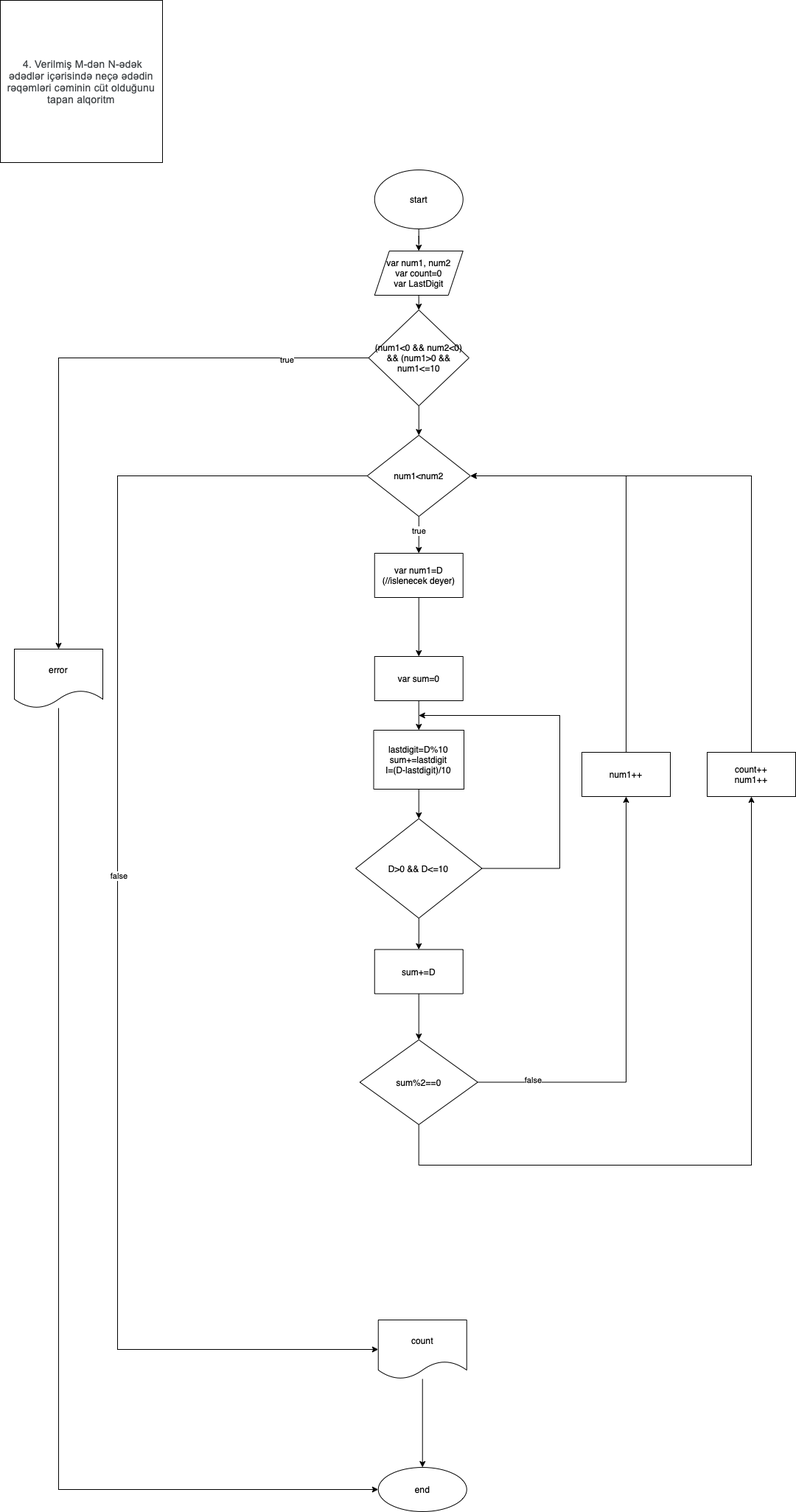
The draw.io diagram loop 4.png in Lmntria/08.08.2022, before a commit. Source tidied: cells renumbered, new cells last; positions are measured from the earlier drawing's top-left corner, leaving out a move shared by most shapes. Its diagram source:
```xml
<mxGraphModel>
  <root>
    <mxCell id="0" />
    <mxCell id="1" parent="0" />
    <mxCell id="2" value="&lt;span style=&quot;text-align: start; caret-color: rgb(60, 64, 67); color: rgb(60, 64, 67); font-family: Roboto, Arial, sans-serif; font-size: 14px; letter-spacing: 0.19999994337558746px;&quot;&gt;&amp;nbsp;4. Verilmiş M-dən N-ədək ədədlər içərisində neçə ədədin rəqəmləri cəminin cüt olduğunu tapan alqoritm&lt;/span&gt;" style="whiteSpace=wrap;html=1;" parent="1" vertex="1">
      <mxGeometry width="220" height="220" as="geometry" />
    </mxCell>
    <mxCell id="3" style="edgeStyle=orthogonalEdgeStyle;rounded=0;jettySize=auto;html=1;" parent="1" edge="1" source="4" target="6">
      <mxGeometry relative="1" as="geometry" />
    </mxCell>
    <mxCell id="4" value="start" style="ellipse;whiteSpace=wrap;html=1;" parent="1" vertex="1">
      <mxGeometry x="507.7" y="230" width="120" height="80" as="geometry" />
    </mxCell>
    <mxCell id="5" style="edgeStyle=orthogonalEdgeStyle;rounded=0;jettySize=auto;html=1;" parent="1" edge="1" source="6" target="31">
      <mxGeometry relative="1" as="geometry" />
    </mxCell>
    <mxCell id="6" value="var num1, num2&lt;br&gt;var count=0&lt;br&gt;var LastDigit" style="shape=parallelogram;perimeter=parallelogramPerimeter;whiteSpace=wrap;html=1;fixedSize=1;" parent="1" vertex="1">
      <mxGeometry x="507.7" y="340" width="120" height="60" as="geometry" />
    </mxCell>
    <mxCell id="7" style="edgeStyle=orthogonalEdgeStyle;rounded=0;jettySize=auto;html=1;entryX=0;entryY=0.5;entryDx=0;entryDy=0;" parent="1" edge="1" source="11" target="19">
      <mxGeometry relative="1" as="geometry">
        <Array as="points">
          <mxPoint x="159" y="645" />
          <mxPoint x="159" y="1830" />
        </Array>
      </mxGeometry>
    </mxCell>
    <mxCell id="8" value="false" style="edgeLabel;html=1;align=center;verticalAlign=middle;" parent="7" vertex="1">
      <mxGeometry x="-0.06" y="1" relative="1" as="geometry" />
    </mxCell>
    <mxCell id="9" style="edgeStyle=orthogonalEdgeStyle;rounded=0;jettySize=auto;html=1;" parent="1" edge="1" source="11" target="35">
      <mxGeometry relative="1" as="geometry" />
    </mxCell>
    <mxCell id="10" value="true" style="edgeLabel;html=1;align=center;verticalAlign=middle;" parent="9" vertex="1">
      <mxGeometry x="-0.2" relative="1" as="geometry" />
    </mxCell>
    <mxCell id="11" value="num1&amp;lt;num2" style="rhombus;whiteSpace=wrap;html=1;" parent="1" vertex="1">
      <mxGeometry x="497.8" y="590" width="140" height="110" as="geometry" />
    </mxCell>
    <mxCell id="12" style="edgeStyle=orthogonalEdgeStyle;rounded=0;jettySize=auto;html=1;" parent="1" edge="1" source="13" target="25">
      <mxGeometry relative="1" as="geometry" />
    </mxCell>
    <mxCell id="13" value="lastdigit=D%10&lt;br&gt;sum+=lastdigit&lt;br&gt;I=(D-lastdigit)/10" style="whiteSpace=wrap;html=1;" parent="1" vertex="1">
      <mxGeometry x="506.5" y="990" width="122.5" height="80" as="geometry" />
    </mxCell>
    <mxCell id="14" style="edgeStyle=orthogonalEdgeStyle;rounded=0;jettySize=auto;html=1;" parent="1" edge="1" source="17" target="39">
      <mxGeometry relative="1" as="geometry" />
    </mxCell>
    <mxCell id="15" value="false" style="edgeLabel;html=1;align=center;verticalAlign=middle;" parent="14" vertex="1">
      <mxGeometry x="-0.74" y="4" relative="1" as="geometry">
        <mxPoint y="1" as="offset" />
      </mxGeometry>
    </mxCell>
    <mxCell id="16" style="edgeStyle=orthogonalEdgeStyle;rounded=0;jettySize=auto;html=1;entryX=0.5;entryY=1;entryDx=0;entryDy=0;" parent="1" edge="1" source="17" target="22">
      <mxGeometry relative="1" as="geometry">
        <Array as="points">
          <mxPoint x="568" y="1580" />
          <mxPoint x="1019" y="1580" />
        </Array>
      </mxGeometry>
    </mxCell>
    <mxCell id="17" value="sum%2==0&lt;br&gt;" style="rhombus;whiteSpace=wrap;html=1;" parent="1" vertex="1">
      <mxGeometry x="487.7" y="1410" width="160" height="115" as="geometry" />
    </mxCell>
    <mxCell id="18" style="edgeStyle=orthogonalEdgeStyle;rounded=0;jettySize=auto;html=1;" parent="1" edge="1" source="19" target="20">
      <mxGeometry relative="1" as="geometry" />
    </mxCell>
    <mxCell id="19" value="count" style="shape=document;whiteSpace=wrap;html=1;boundedLbl=1;" parent="1" vertex="1">
      <mxGeometry x="512.7" y="1790" width="120" height="80" as="geometry" />
    </mxCell>
    <mxCell id="20" value="end" style="ellipse;whiteSpace=wrap;html=1;" parent="1" vertex="1">
      <mxGeometry x="512.7" y="1990" width="120" height="60" as="geometry" />
    </mxCell>
    <mxCell id="21" style="edgeStyle=orthogonalEdgeStyle;rounded=0;jettySize=auto;html=1;entryX=1;entryY=0.5;entryDx=0;entryDy=0;" parent="1" edge="1" source="22" target="11">
      <mxGeometry relative="1" as="geometry">
        <Array as="points">
          <mxPoint x="1019" y="645" />
        </Array>
      </mxGeometry>
    </mxCell>
    <mxCell id="22" value="count++&lt;br&gt;num1++" style="whiteSpace=wrap;html=1;" parent="1" vertex="1">
      <mxGeometry x="959" y="1020" width="120" height="60" as="geometry" />
    </mxCell>
    <mxCell id="23" style="edgeStyle=orthogonalEdgeStyle;rounded=0;jettySize=auto;html=1;" parent="1" edge="1" source="25">
      <mxGeometry relative="1" as="geometry">
        <mxPoint x="567.7" y="970" as="targetPoint" />
        <Array as="points">
          <mxPoint x="759" y="1178" />
          <mxPoint x="759" y="970" />
        </Array>
      </mxGeometry>
    </mxCell>
    <mxCell id="24" style="edgeStyle=orthogonalEdgeStyle;rounded=0;jettySize=auto;html=1;" parent="1" edge="1" source="25" target="27">
      <mxGeometry relative="1" as="geometry" />
    </mxCell>
    <mxCell id="25" value="D&amp;gt;0 &amp;amp;&amp;amp; D&amp;lt;=10" style="rhombus;whiteSpace=wrap;html=1;" parent="1" vertex="1">
      <mxGeometry x="482.1" y="1110" width="171.2" height="135" as="geometry" />
    </mxCell>
    <mxCell id="26" style="edgeStyle=orthogonalEdgeStyle;rounded=0;jettySize=auto;html=1;" parent="1" edge="1" source="27" target="17">
      <mxGeometry relative="1" as="geometry" />
    </mxCell>
    <mxCell id="27" value="sum+=D" style="whiteSpace=wrap;html=1;" parent="1" vertex="1">
      <mxGeometry x="507.7" y="1287.5" width="120" height="60" as="geometry" />
    </mxCell>
    <mxCell id="28" style="edgeStyle=orthogonalEdgeStyle;rounded=0;jettySize=auto;html=1;" parent="1" edge="1" source="31" target="11">
      <mxGeometry relative="1" as="geometry" />
    </mxCell>
    <mxCell id="29" style="edgeStyle=orthogonalEdgeStyle;rounded=0;jettySize=auto;html=1;" parent="1" edge="1" source="31" target="33">
      <mxGeometry relative="1" as="geometry" />
    </mxCell>
    <mxCell id="30" value="true" style="edgeLabel;html=1;align=center;verticalAlign=middle;" parent="29" vertex="1">
      <mxGeometry x="-0.73" y="2" relative="1" as="geometry" />
    </mxCell>
    <mxCell id="31" value="(num1&amp;lt;0 &amp;amp;&amp;amp; num2&amp;lt;0)&lt;br&gt;&amp;amp;&amp;amp; (num1&amp;gt;0 &amp;amp;&amp;amp; num1&amp;lt;=10" style="rhombus;whiteSpace=wrap;html=1;" parent="1" vertex="1">
      <mxGeometry x="499.6" y="420" width="136.3" height="130" as="geometry" />
    </mxCell>
    <mxCell id="32" style="edgeStyle=orthogonalEdgeStyle;rounded=0;jettySize=auto;html=1;entryX=0;entryY=0.5;entryDx=0;entryDy=0;" parent="1" edge="1" source="33" target="20">
      <mxGeometry relative="1" as="geometry">
        <Array as="points">
          <mxPoint x="79" y="2020" />
        </Array>
      </mxGeometry>
    </mxCell>
    <mxCell id="33" value="error" style="shape=document;whiteSpace=wrap;html=1;boundedLbl=1;" parent="1" vertex="1">
      <mxGeometry x="19" y="880" width="120" height="80" as="geometry" />
    </mxCell>
    <mxCell id="34" style="edgeStyle=orthogonalEdgeStyle;rounded=0;jettySize=auto;html=1;" parent="1" edge="1" source="35" target="37">
      <mxGeometry relative="1" as="geometry" />
    </mxCell>
    <mxCell id="35" value="var num1=D (//islenecek deyer)" style="whiteSpace=wrap;html=1;" parent="1" vertex="1">
      <mxGeometry x="507.7" y="750" width="120" height="60" as="geometry" />
    </mxCell>
    <mxCell id="36" style="edgeStyle=orthogonalEdgeStyle;rounded=0;jettySize=auto;html=1;" parent="1" edge="1" source="37" target="13">
      <mxGeometry relative="1" as="geometry" />
    </mxCell>
    <mxCell id="37" value="var sum=0" style="whiteSpace=wrap;html=1;" parent="1" vertex="1">
      <mxGeometry x="507.7" y="890" width="120" height="60" as="geometry" />
    </mxCell>
    <mxCell id="38" style="edgeStyle=orthogonalEdgeStyle;rounded=0;jettySize=auto;html=1;entryX=1;entryY=0.5;entryDx=0;entryDy=0;" parent="1" edge="1" source="39" target="11">
      <mxGeometry relative="1" as="geometry">
        <Array as="points">
          <mxPoint x="849" y="645" />
        </Array>
      </mxGeometry>
    </mxCell>
    <mxCell id="39" value="num1++" style="whiteSpace=wrap;html=1;" parent="1" vertex="1">
      <mxGeometry x="789" y="1020" width="120" height="60" as="geometry" />
    </mxCell>
  </root>
</mxGraphModel>
```
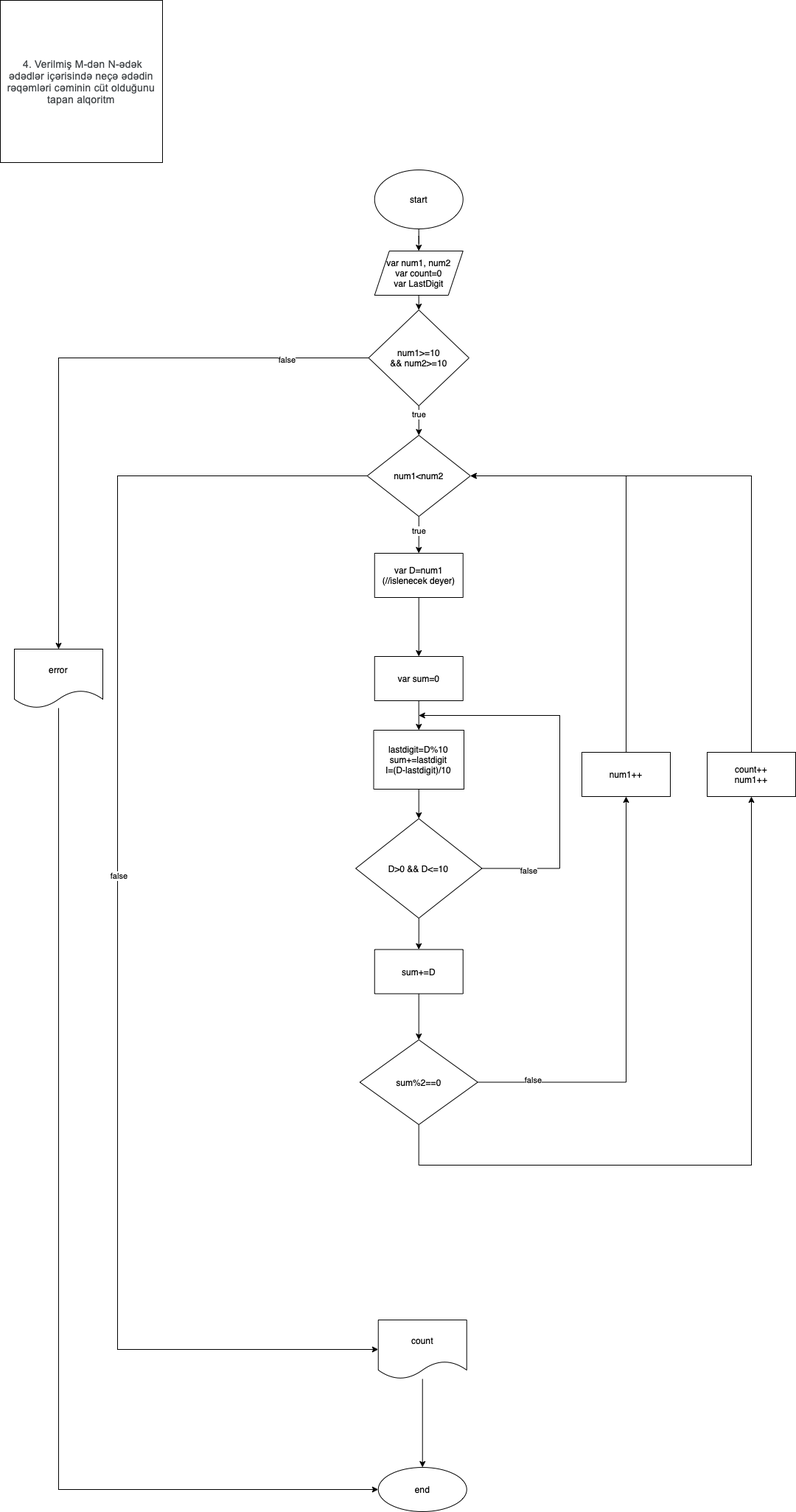
The same diagram one commit later.

The edit, as a diff of the source:
```diff
@@ -90,6 +90,11 @@
         </Array>
       </mxGeometry>
     </mxCell>
+    <mxCell id="40" value="false" style="edgeLabel;html=1;align=center;verticalAlign=middle;" parent="23" vertex="1">
+      <mxGeometry x="-0.75" y="-2" relative="1" as="geometry">
+        <mxPoint y="1" as="offset" />
+      </mxGeometry>
+    </mxCell>
     <mxCell id="24" style="edgeStyle=orthogonalEdgeStyle;rounded=0;jettySize=auto;html=1;" parent="1" edge="1" source="25" target="27">
       <mxGeometry relative="1" as="geometry" />
     </mxCell>
@@ -105,13 +110,16 @@
     <mxCell id="28" style="edgeStyle=orthogonalEdgeStyle;rounded=0;jettySize=auto;html=1;" parent="1" edge="1" source="31" target="11">
       <mxGeometry relative="1" as="geometry" />
     </mxCell>
+    <mxCell id="41" value="true" style="edgeLabel;html=1;align=center;verticalAlign=middle;" parent="28" vertex="1">
+      <mxGeometry x="-0.4" relative="1" as="geometry" />
+    </mxCell>
     <mxCell id="29" style="edgeStyle=orthogonalEdgeStyle;rounded=0;jettySize=auto;html=1;" parent="1" edge="1" source="31" target="33">
       <mxGeometry relative="1" as="geometry" />
     </mxCell>
-    <mxCell id="30" value="true" style="edgeLabel;html=1;align=center;verticalAlign=middle;" parent="29" vertex="1">
+    <mxCell id="30" value="false" style="edgeLabel;html=1;align=center;verticalAlign=middle;" parent="29" vertex="1">
       <mxGeometry x="-0.73" y="2" relative="1" as="geometry" />
     </mxCell>
-    <mxCell id="31" value="(num1&amp;lt;0 &amp;amp;&amp;amp; num2&amp;lt;0)&lt;br&gt;&amp;amp;&amp;amp; (num1&amp;gt;0 &amp;amp;&amp;amp; num1&amp;lt;=10" style="rhombus;whiteSpace=wrap;html=1;" parent="1" vertex="1">
+    <mxCell id="31" value="num1&amp;gt;=10&lt;br&gt;&amp;amp;&amp;amp; num2&amp;gt;=10" style="rhombus;whiteSpace=wrap;html=1;" parent="1" vertex="1">
       <mxGeometry x="499.6" y="420" width="136.3" height="130" as="geometry" />
     </mxCell>
     <mxCell id="32" style="edgeStyle=orthogonalEdgeStyle;rounded=0;jettySize=auto;html=1;entryX=0;entryY=0.5;entryDx=0;entryDy=0;" parent="1" edge="1" source="33" target="20">
@@ -127,7 +135,7 @@
     <mxCell id="34" style="edgeStyle=orthogonalEdgeStyle;rounded=0;jettySize=auto;html=1;" parent="1" edge="1" source="35" target="37">
       <mxGeometry relative="1" as="geometry" />
     </mxCell>
-    <mxCell id="35" value="var num1=D (//islenecek deyer)" style="whiteSpace=wrap;html=1;" parent="1" vertex="1">
+    <mxCell id="35" value="var D=num1 (//islenecek deyer)" style="whiteSpace=wrap;html=1;" parent="1" vertex="1">
       <mxGeometry x="507.7" y="750" width="120" height="60" as="geometry" />
     </mxCell>
     <mxCell id="36" style="edgeStyle=orthogonalEdgeStyle;rounded=0;jettySize=auto;html=1;" parent="1" edge="1" source="37" target="13">
```
